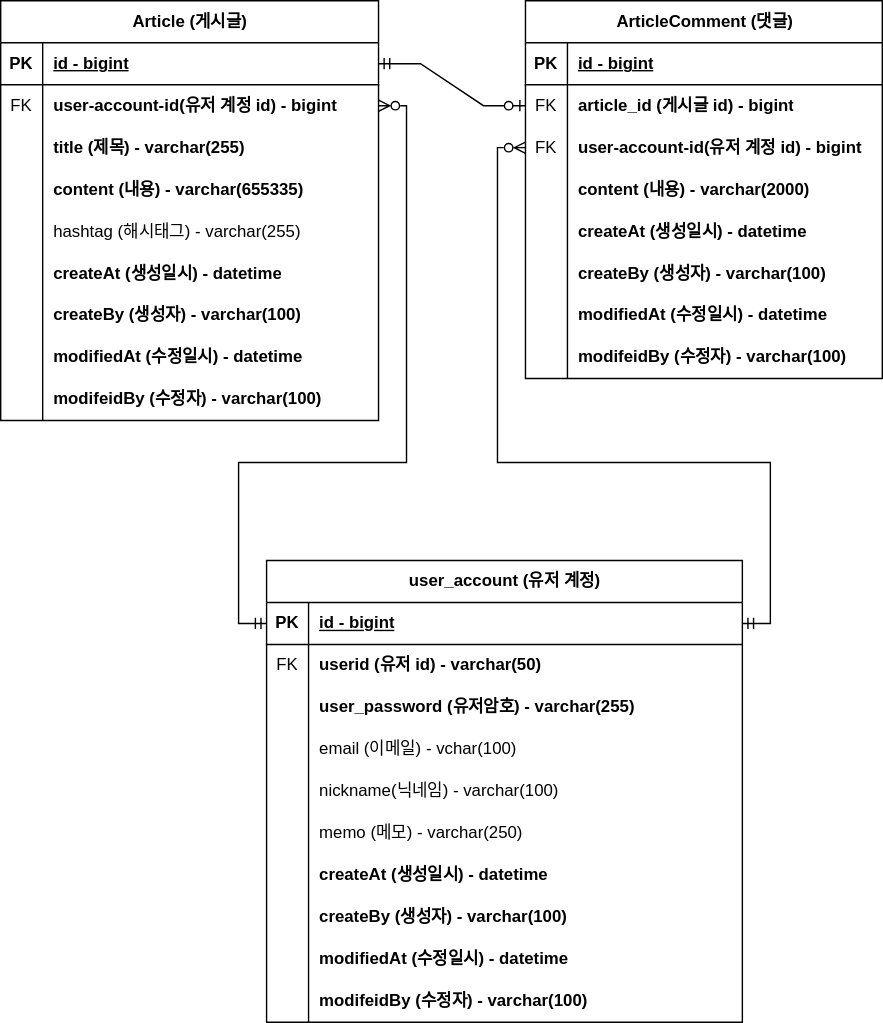
This is document/project-board-erd.drawio.svg from koy1208/fastcampus-project-board, a draw.io export, as it was before one commit. Source tidied: cells renumbered, new cells last; positions are measured from the earlier drawing's top-left corner, leaving out a move shared by most shapes.
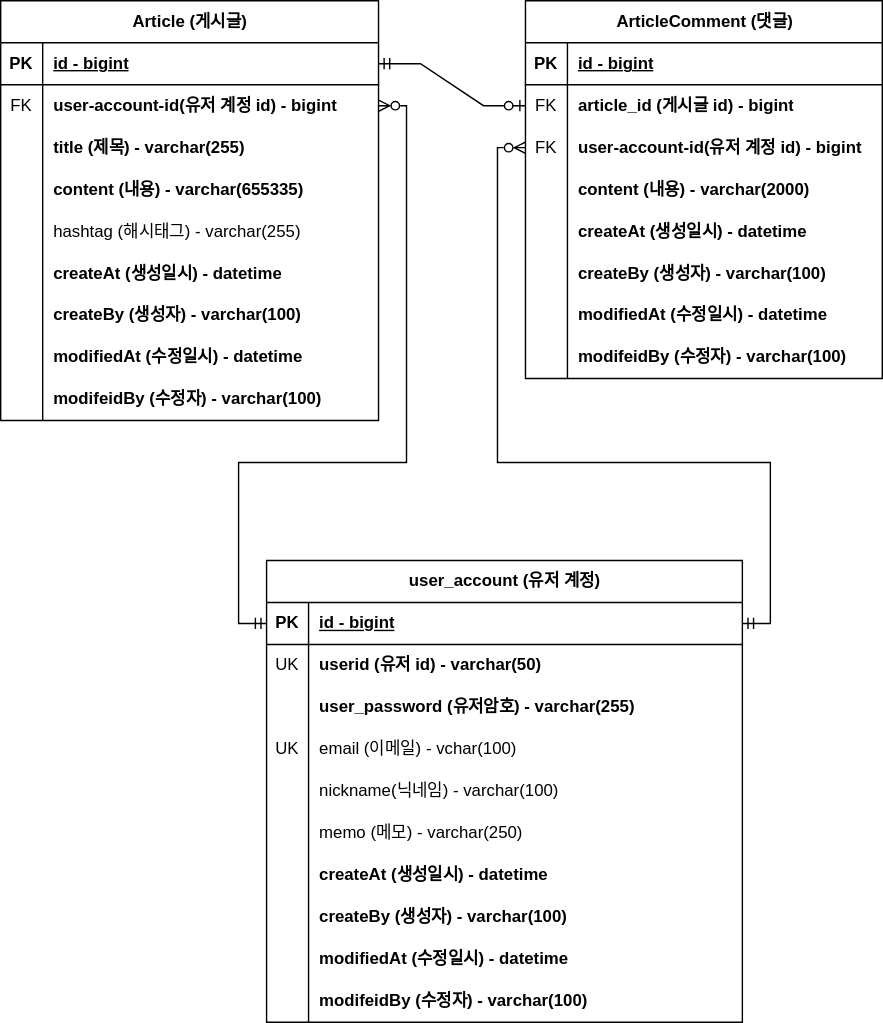
After the commit.

Commit message:
#26 - erd user-account 수정

Diff of the diagram source:
```diff
@@ -179,7 +179,7 @@
     <mxCell id="60" style="shape=tableRow;horizontal=0;startSize=0;swimlaneHead=0;swimlaneBody=0;fillColor=none;top=0;left=0;right=0;bottom=0;" parent="56" vertex="1">
       <mxGeometry y="60" width="340" height="30" as="geometry" />
     </mxCell>
-    <mxCell id="61" value="FK" style="shape=partialRectangle;fillColor=none;top=0;left=0;bottom=0;right=0;overflow=hidden;whiteSpace=wrap;html=1;" parent="60" vertex="1">
+    <mxCell id="61" value="UK" style="shape=partialRectangle;fillColor=none;top=0;left=0;bottom=0;right=0;overflow=hidden;whiteSpace=wrap;html=1;" parent="60" vertex="1">
       <mxGeometry width="30" height="30" as="geometry" />
     </mxCell>
     <mxCell id="62" value="userid (유저 id) - varchar(50)" style="shape=partialRectangle;fillColor=none;top=0;left=0;bottom=0;right=0;align=left;spacingLeft=6;overflow=hidden;whiteSpace=wrap;html=1;fontStyle=1;" parent="60" vertex="1">
@@ -197,7 +197,7 @@
     <mxCell id="66" style="shape=tableRow;horizontal=0;startSize=0;swimlaneHead=0;swimlaneBody=0;fillColor=none;top=0;left=0;right=0;bottom=0;" parent="56" vertex="1">
       <mxGeometry y="120" width="340" height="30" as="geometry" />
     </mxCell>
-    <mxCell id="67" style="shape=partialRectangle;fillColor=none;top=0;left=0;bottom=0;right=0;overflow=hidden;whiteSpace=wrap;html=1;" parent="66" vertex="1">
+    <mxCell id="67" value="UK" style="shape=partialRectangle;fillColor=none;top=0;left=0;bottom=0;right=0;overflow=hidden;whiteSpace=wrap;html=1;" parent="66" vertex="1">
       <mxGeometry width="30" height="30" as="geometry" />
     </mxCell>
     <mxCell id="68" value="&lt;span style=&quot;font-weight: normal;&quot;&gt;email (이메일) - vchar(100)&lt;/span&gt;" style="shape=partialRectangle;fillColor=none;top=0;left=0;bottom=0;right=0;align=left;spacingLeft=6;overflow=hidden;whiteSpace=wrap;html=1;fontStyle=1;" parent="66" vertex="1">
```
